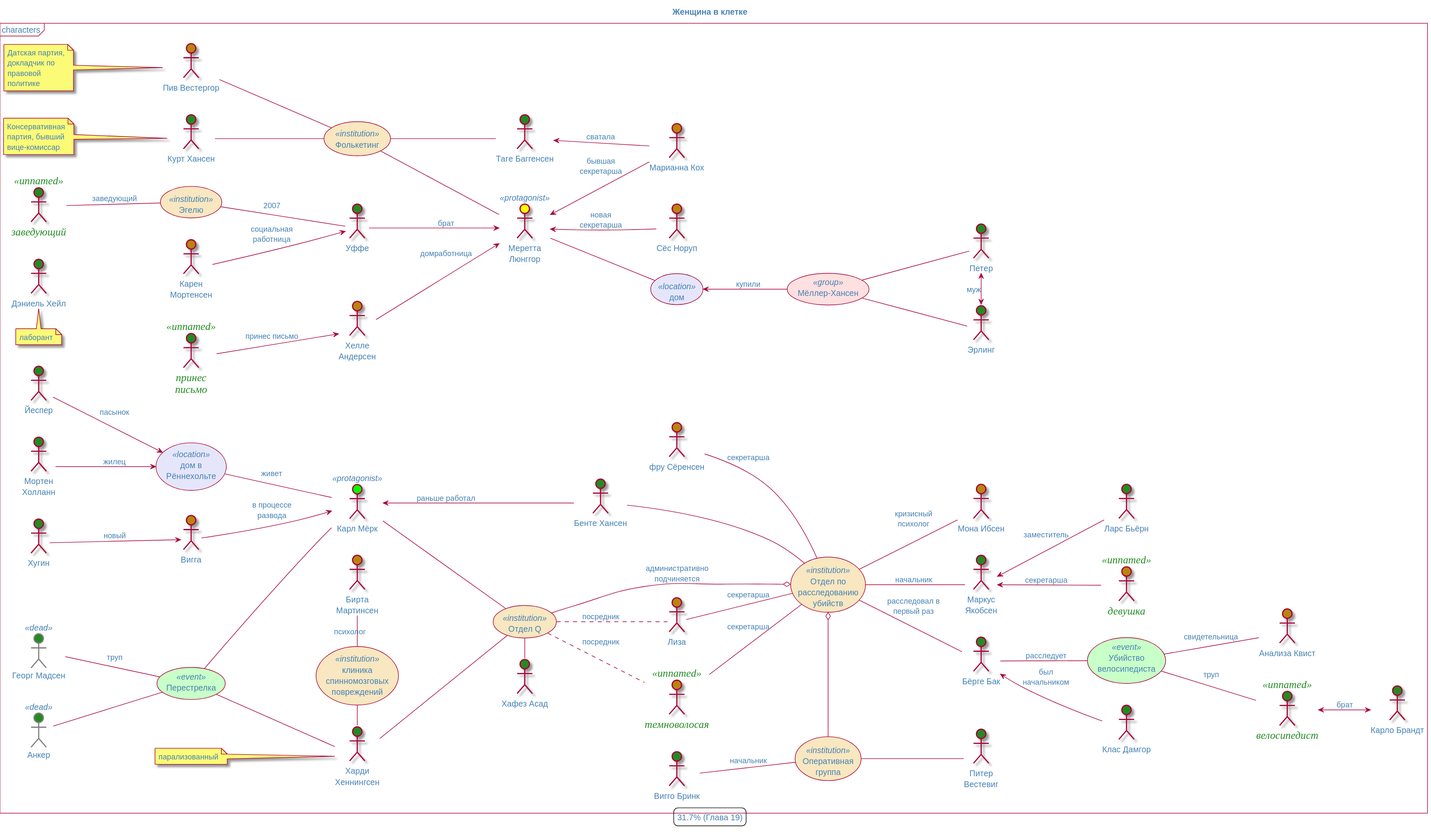
This is adler-olsen/caged_woman-__.svg from olek3/reading, a PlantUML export, as it was before one commit.
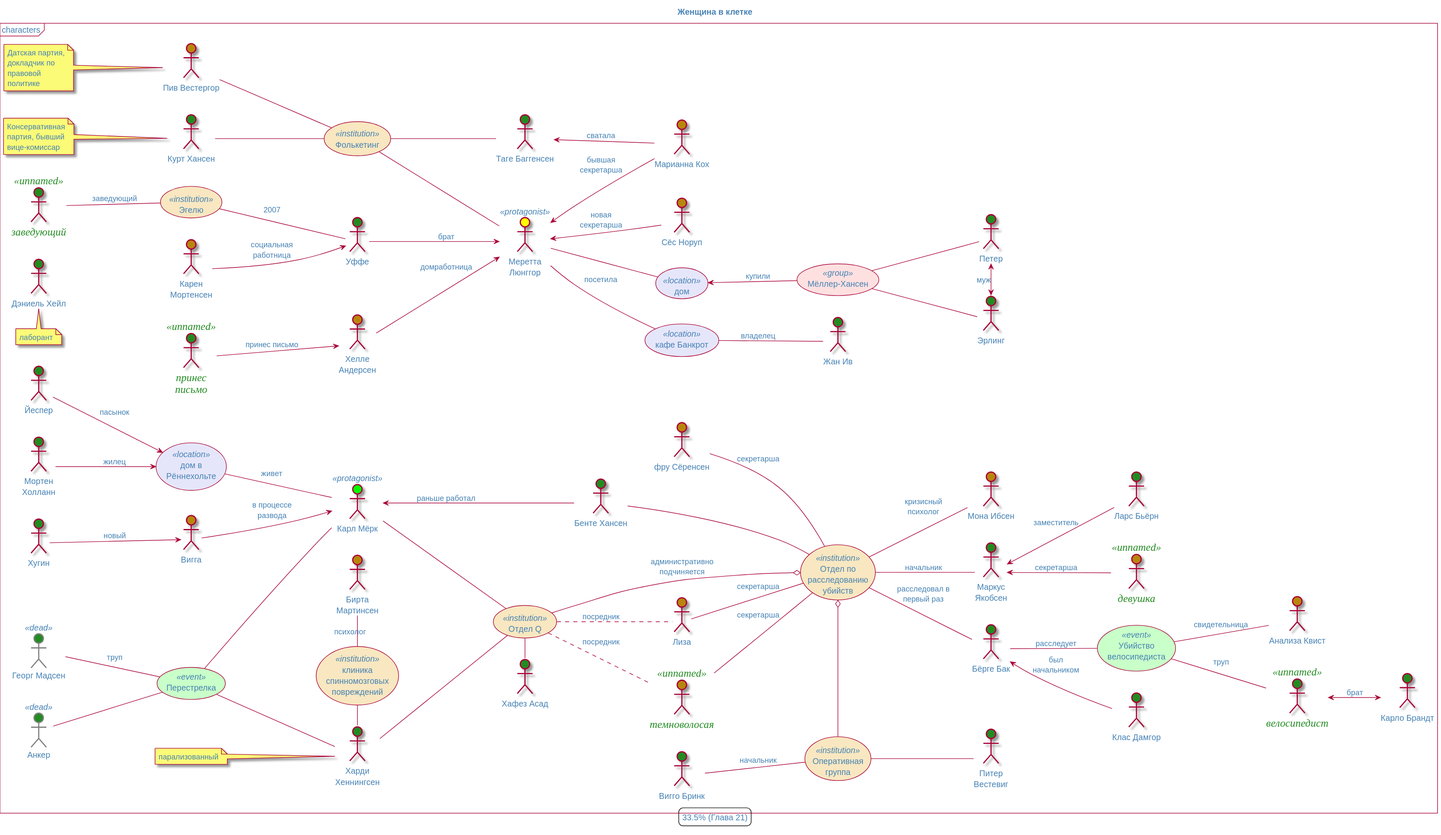
Later version of the same file.

The edit, as a diff of the source:
```diff
@@ -8,7 +8,7 @@
 
 title Женщина в клетке
 mainframe characters
-legend : 31.7% (Глава 19)
+legend : 33.5% (Глава 21)
 
 :Меретта Люнггор: as caged  $female_protagonist
 
@@ -198,4 +198,12 @@
 :Клас Дамгор: as formerBoss $male
 
 bak <-- formerBoss : был начальником
+
+(кафе Банкрот) as bankrupt <<location>>
+
+caged -- bankrupt : посетила
+
+:Жан Ив: as bankruptOwner $male
+
+bankrupt -- bankruptOwner : владелец
 @enduml
```
